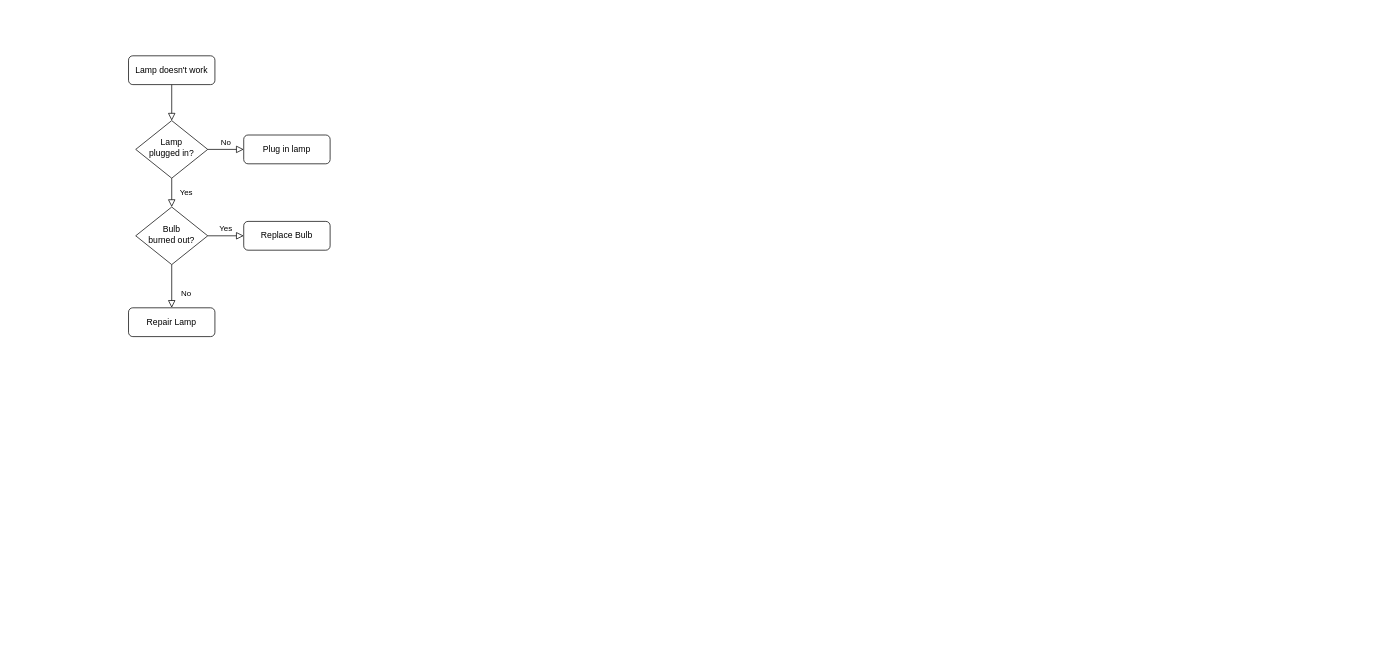
Earlier version of the draw.io diagram plus-analysis.drawio (b3lon9/uml). Source tidied: cells renumbered, new cells numbered last; positions are measured from the earlier drawing's top-left corner, leaving out a move shared by most shapes. Both pictures are drawn from the tidied source at 72%, with x=0, y=0 at pixel (128, 55).
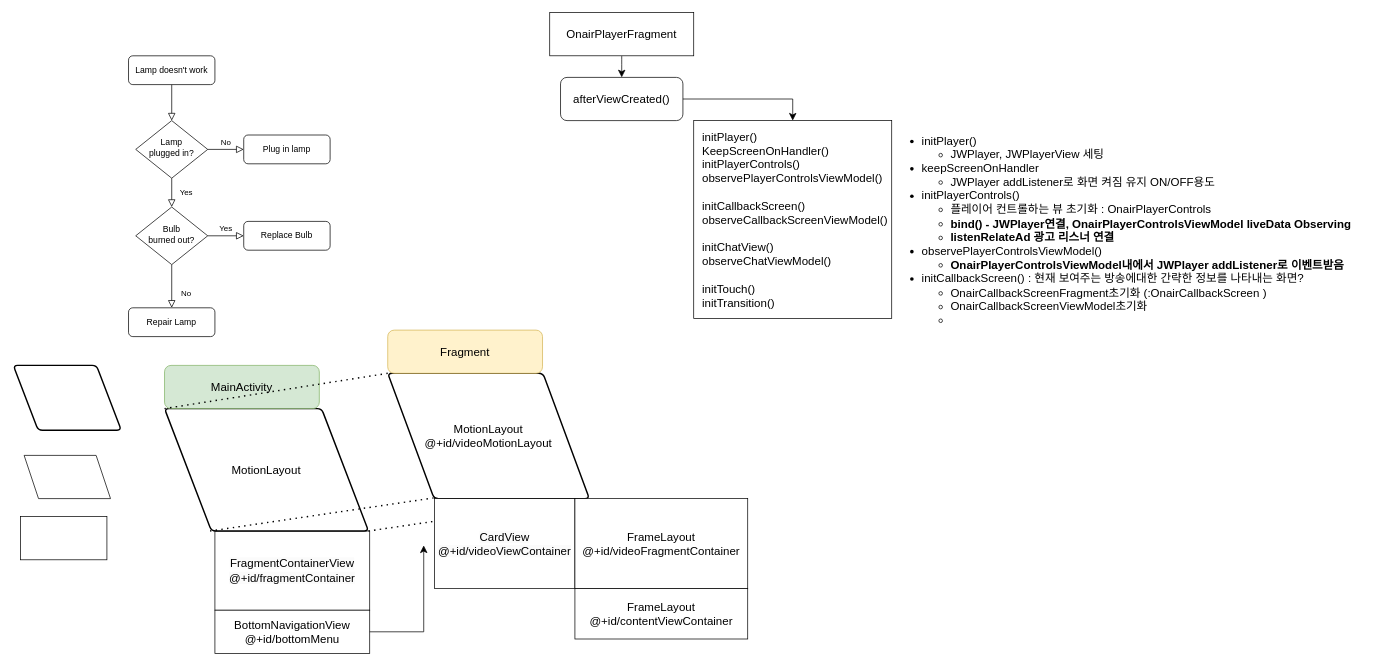
Above is the later version.

Diff of the diagram source:
```diff
@@
+    <mxCell id="13" style="shape=parallelogram;html=1;strokeWidth=2;perimeter=parallelogramPerimeter;whiteSpace=wrap;rounded=1;arcSize=12;size=0.23;fontSize=16;flipH=1;" parent="1" vertex="1">
+      <mxGeometry x="-160" y="430" width="150" height="90" as="geometry" />
+    </mxCell>
+    <mxCell id="14" style="shape=parallelogram;perimeter=parallelogramPerimeter;whiteSpace=wrap;html=1;fixedSize=1;fontSize=16;flipH=1;" parent="1" vertex="1">
+      <mxGeometry x="-145" y="555" width="120" height="60" as="geometry" />
+    </mxCell>
+    <mxCell id="15" style="rounded=0;whiteSpace=wrap;html=1;fontSize=16;" parent="1" vertex="1">
+      <mxGeometry x="-150" y="640" width="120" height="60" as="geometry" />
+    </mxCell>
+    <mxCell id="16" style="group;" parent="1" vertex="1">
+      <mxGeometry x="50" y="430" width="285" height="400" as="geometry" />
+    </mxCell>
+    <mxCell id="17" value="&lt;span style=&quot;color: rgb(0, 0, 0); font-family: Helvetica; font-size: 16px; font-style: normal; font-variant-ligatures: normal; font-variant-caps: normal; font-weight: 400; letter-spacing: normal; orphans: 2; text-align: center; text-indent: 0px; text-transform: none; widows: 2; word-spacing: 0px; -webkit-text-stroke-width: 0px; background-color: rgb(251, 251, 251); text-decoration-thickness: initial; text-decoration-style: initial; text-decoration-color: initial; float: none; display: inline !important;&quot;&gt;FragmentContainerView&lt;br style=&quot;border-color: var(--border-color);&quot;&gt;&lt;span style=&quot;border-color: var(--border-color);&quot;&gt;@+id/fragmentContainer&lt;/span&gt;&lt;br&gt;&lt;/span&gt;" style="rounded=0;whiteSpace=wrap;html=1;fontSize=16;" parent="16" vertex="1">
+      <mxGeometry x="70" y="230" width="215" height="110" as="geometry" />
+    </mxCell>
+    <mxCell id="18" value="BottomNavigationView&lt;br style=&quot;border-color: var(--border-color);&quot;&gt;&lt;span style=&quot;border-color: var(--border-color);&quot;&gt;@+id/bottomMenu&lt;/span&gt;" style="rounded=0;whiteSpace=wrap;html=1;fontSize=16;" parent="16" vertex="1">
+      <mxGeometry x="70" y="340" width="215" height="60" as="geometry" />
+    </mxCell>
+    <mxCell id="19" value="MotionLayout" style="shape=parallelogram;html=1;strokeWidth=2;perimeter=parallelogramPerimeter;whiteSpace=wrap;rounded=1;arcSize=12;size=0.23;fontSize=16;flipH=1;" parent="16" vertex="1">
+      <mxGeometry y="60" width="283.3" height="170" as="geometry" />
+    </mxCell>
+    <mxCell id="20" value="MainActivity" style="rounded=1;whiteSpace=wrap;html=1;fontSize=16;fillColor=#d5e8d4;strokeColor=#82b366;" parent="16" vertex="1">
+      <mxGeometry width="215" height="60" as="geometry" />
+    </mxCell>
+    <mxCell id="21" style="endArrow=none;dashed=1;html=1;dashPattern=1 3;strokeWidth=2;rounded=0;fontSize=12;startSize=8;endSize=8;curved=1;entryX=0;entryY=0;entryDx=0;entryDy=0;" parent="16" edge="1" target="24">
+      <mxGeometry relative="1" as="geometry">
+        <mxPoint y="60" as="sourcePoint" />
+      </mxGeometry>
+    </mxCell>
+    <mxCell id="22" style="endArrow=none;dashed=1;html=1;dashPattern=1 3;strokeWidth=2;rounded=0;fontSize=12;startSize=8;endSize=8;curved=1;entryX=0.773;entryY=0.995;entryDx=0;entryDy=0;entryPerimeter=0;" parent="16" edge="1" target="24">
+      <mxGeometry relative="1" as="geometry">
+        <mxPoint x="63.3" y="230" as="sourcePoint" />
+      </mxGeometry>
+    </mxCell>
+    <mxCell id="23" style="edgeStyle=elbowEdgeStyle;elbow=vertical;endArrow=classic;html=1;curved=0;rounded=0;endSize=8;startSize=8;fontSize=12;exitX=1;exitY=0.5;exitDx=0;exitDy=0;" parent="1" edge="1" source="18">
+      <mxGeometry relative="1" as="geometry">
+        <mxPoint x="410" y="680" as="targetPoint" />
+        <Array as="points">
+          <mxPoint x="410" y="800" />
+        </Array>
+      </mxGeometry>
+    </mxCell>
+    <mxCell id="24" value="MotionLayout&lt;br&gt;@+id/videoMotionLayout" style="shape=parallelogram;html=1;strokeWidth=2;perimeter=parallelogramPerimeter;whiteSpace=wrap;rounded=1;arcSize=12;size=0.23;fontSize=16;flipH=1;" parent="1" vertex="1">
+      <mxGeometry x="360" y="441" width="280" height="174" as="geometry" />
+    </mxCell>
+    <mxCell id="25" style="endArrow=none;dashed=1;html=1;dashPattern=1 3;strokeWidth=2;rounded=0;fontSize=12;startSize=8;endSize=8;curved=1;entryX=1;entryY=1;entryDx=0;entryDy=0;exitX=1;exitY=1;exitDx=0;exitDy=0;" parent="1" edge="1" source="19" target="24">
+      <mxGeometry relative="1" as="geometry" />
+    </mxCell>
+    <mxCell id="26" value="Fragment" style="rounded=1;whiteSpace=wrap;html=1;fontSize=16;fillColor=#fff2cc;strokeColor=#d6b656;" parent="1" vertex="1">
+      <mxGeometry x="360" y="381" width="215" height="60" as="geometry" />
+    </mxCell>
+    <mxCell id="27" value="&lt;span style=&quot;color: rgb(0, 0, 0); font-family: Helvetica; font-size: 16px; font-style: normal; font-variant-ligatures: normal; font-variant-caps: normal; font-weight: 400; letter-spacing: normal; orphans: 2; text-align: center; text-indent: 0px; text-transform: none; widows: 2; word-spacing: 0px; -webkit-text-stroke-width: 0px; background-color: rgb(251, 251, 251); text-decoration-thickness: initial; text-decoration-style: initial; text-decoration-color: initial; float: none; display: inline !important;&quot;&gt;CardView&lt;br&gt;@+id/videoViewContainer&lt;br&gt;&lt;/span&gt;" style="rounded=0;whiteSpace=wrap;html=1;fontSize=16;" parent="1" vertex="1">
+      <mxGeometry x="425" y="615" width="195" height="125" as="geometry" />
+    </mxCell>
+    <mxCell id="28" value="FrameLayout&lt;br&gt;@+id/videoFragmentContainer" style="rounded=0;whiteSpace=wrap;html=1;fontSize=16;" parent="1" vertex="1">
+      <mxGeometry x="620" y="615" width="240" height="125" as="geometry" />
+    </mxCell>
+    <mxCell id="29" value="FrameLayout&lt;br&gt;@+id/contentViewContainer" style="rounded=0;whiteSpace=wrap;html=1;fontSize=16;" parent="1" vertex="1">
+      <mxGeometry x="620" y="740" width="240" height="70" as="geometry" />
+    </mxCell>
+    <mxCell id="30" value="afterViewCreated()" style="rounded=1;whiteSpace=wrap;html=1;fontSize=16;" parent="1" vertex="1">
+      <mxGeometry x="600" y="30" width="170" height="60" as="geometry" />
+    </mxCell>
+    <mxCell id="31" style="edgeStyle=none;curved=1;rounded=0;jettySize=auto;html=1;fontSize=12;startSize=8;endSize=8;" parent="1" edge="1" source="32" target="30">
+      <mxGeometry relative="1" as="geometry" />
+    </mxCell>
+    <mxCell id="32" value="OnairPlayerFragment" style="rounded=0;whiteSpace=wrap;html=1;fontSize=16;" parent="1" vertex="1">
+      <mxGeometry x="585" y="-60" width="200" height="60" as="geometry" />
+    </mxCell>
+    <mxCell id="33" value="initPlayer()&lt;br&gt;KeepScreenOnHandler()&lt;br&gt;initPlayerControls()&lt;br&gt;observePlayerControlsViewModel()&lt;br&gt;&lt;br&gt;initCallbackScreen()&lt;br&gt;observeCallbackScreenViewModel()&lt;br&gt;&lt;br&gt;initChatView()&lt;br&gt;observeChatViewModel()&lt;br&gt;&lt;br&gt;initTouch()&lt;br&gt;initTransition()" style="whiteSpace=wrap;html=1;fontSize=16;align=left;spacingLeft=10;" parent="1" vertex="1">
+      <mxGeometry x="785" y="90" width="275" height="275" as="geometry" />
+    </mxCell>
+    <mxCell id="34" style="edgeStyle=segmentEdgeStyle;endArrow=classic;html=1;curved=0;rounded=0;endSize=8;startSize=8;fontSize=12;entryX=0.5;entryY=0;entryDx=0;entryDy=0;exitX=1;exitY=0.5;exitDx=0;exitDy=0;" parent="1" edge="1" source="30" target="33">
+      <mxGeometry relative="1" as="geometry" />
+    </mxCell>
+    <mxCell id="35" value="&lt;ul&gt;&lt;li&gt;initPlayer()&amp;nbsp;&lt;/li&gt;&lt;ul&gt;&lt;li&gt;JWPlayer, JWPlayerView 세팅&lt;/li&gt;&lt;/ul&gt;&lt;li&gt;keepScreenOnHandler&lt;/li&gt;&lt;ul&gt;&lt;li&gt;JWPlayer addListener로 화면 켜짐 유지 ON/OFF용도&lt;/li&gt;&lt;/ul&gt;&lt;li&gt;initPlayerControls()&lt;/li&gt;&lt;ul&gt;&lt;li&gt;플레이어 컨트롤하는 뷰 초기화 : OnairPlayerControls&lt;/li&gt;&lt;li&gt;&lt;b&gt;bind() - JWPlayer연결, OnairPlayerControlsViewModel liveData Observing&lt;/b&gt;&lt;/li&gt;&lt;li&gt;&lt;b&gt;listenRelateAd 광고 리스너 연결&lt;/b&gt;&lt;/li&gt;&lt;/ul&gt;&lt;li&gt;observePlayerControlsViewModel()&lt;/li&gt;&lt;ul&gt;&lt;li&gt;&lt;b&gt;OnairPlayerControlsViewModel내에서 JWPlayer addListener로 이벤트받음&lt;/b&gt;&lt;/li&gt;&lt;/ul&gt;&lt;li&gt;initCallbackScreen() : 현재 보여주는 방송에대한 간략한 정보를 나타내는 화면?&lt;/li&gt;&lt;ul&gt;&lt;li&gt;OnairCallbackScreenFragment초기화 (:OnairCallbackScreen )&lt;/li&gt;&lt;li&gt;OnairCallbackScreenViewModel초기화&lt;/li&gt;&lt;li&gt;&lt;br&gt;&lt;/li&gt;&lt;/ul&gt;&lt;/ul&gt;" style="text;strokeColor=none;fillColor=none;html=1;whiteSpace=wrap;verticalAlign=middle;overflow=hidden;fontSize=16;" parent="1" vertex="1">
+      <mxGeometry x="1060" y="90" width="660" height="300" as="geometry" />
+    </mxCell>
```
